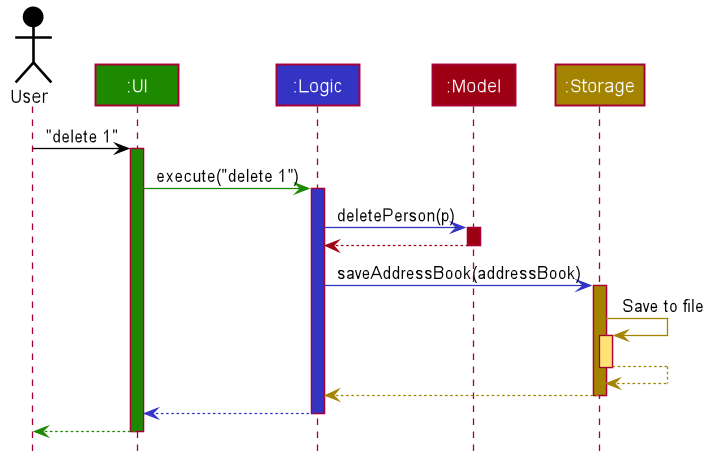
The PlantUML diagram docs/images/ArchitectureSequenceDiagram.png in nus-cs2103-AY2223S1/tp, before a commit.
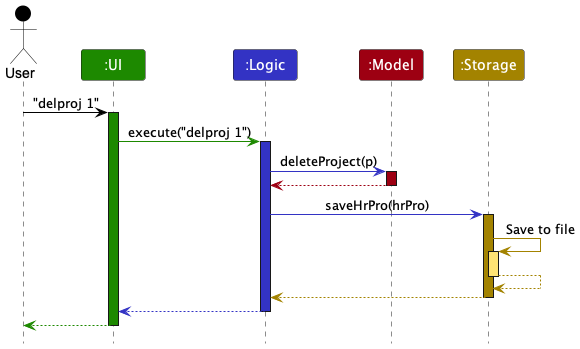
The same diagram one commit later.

What changed in the source:
```diff
@@ -1,85 +1,38 @@
 @startuml
+!include style.puml
 
+Actor User as user USER_COLOR
+Participant ":UI" as ui UI_COLOR
+Participant ":Logic" as logic LOGIC_COLOR
+Participant ":Model" as model MODEL_COLOR
+Participant ":Storage" as storage STORAGE_COLOR
 
+user -[USER_COLOR]> ui : "delproj 1"
+activate ui UI_COLOR
 
+ui -[UI_COLOR]> logic : execute("delproj 1")
+activate logic LOGIC_COLOR
 
+logic -[LOGIC_COLOR]> model : deleteProject(p)
+activate model MODEL_COLOR
 
-
-
-
-skinparam BackgroundColor #FFFFFFF
-
-skinparam Shadowing false
-
-skinparam Class {
-    FontColor #FFFFFF
-    BorderThickness 1
-    BorderColor #FFFFFF
-    StereotypeFontColor #FFFFFF
-    FontName Arial
-}
-
-skinparam Actor {
-    BorderColor #000000
-    Color #000000
-    FontName Arial
-}
-
-skinparam Sequence {
-    MessageAlign center
-    BoxFontSize 15
-    BoxPadding 0
-    BoxFontColor #FFFFFF
-    FontName Arial
-}
-
-skinparam Participant {
-    FontColor #FFFFFFF
-    Padding 20
-}
-
-skinparam MinClassWidth 50
-skinparam ParticipantPadding 10
-skinparam Shadowing false
-skinparam DefaultTextAlignment center
-skinparam packageStyle Rectangle
-
-hide footbox
-hide members
-hide circle
-
-Actor User as user #000000
-Participant ":UI" as ui #1D8900
-Participant ":Logic" as logic #3333C4
-Participant ":Model" as model #9D0012
-Participant ":Storage" as storage #A38300
-
-user -[#000000]> ui : "delete 1"
-activate ui #1D8900
-
-ui -[#1D8900]> logic : execute("delete 1")
-activate logic #3333C4
-
-logic -[#3333C4]> model : deletePerson(p)
-activate model #9D0012
-
-model -[#9D0012]-> logic
+model -[MODEL_COLOR]-> logic
 deactivate model
 
-logic -[#3333C4]> storage : saveAddressBook(addressBook)
-activate storage #A38300
+logic -[LOGIC_COLOR]> storage : saveHrPro(hrPro)
+activate storage STORAGE_COLOR
 
-storage -[#A38300]> storage : Save to file
-activate storage #FFE374
-storage --[#A38300]> storage
+storage -[STORAGE_COLOR]> storage : Save to file
+activate storage STORAGE_COLOR_T1
+storage --[STORAGE_COLOR]> storage
 deactivate storage
 
-storage --[#A38300]> logic
+storage --[STORAGE_COLOR]> logic
 deactivate storage
 
-logic --[#3333C4]> ui
+logic --[LOGIC_COLOR]> ui
 deactivate logic
 
-ui--[#1D8900]> user
+ui--[UI_COLOR]> user
 deactivate ui
 @enduml
```
